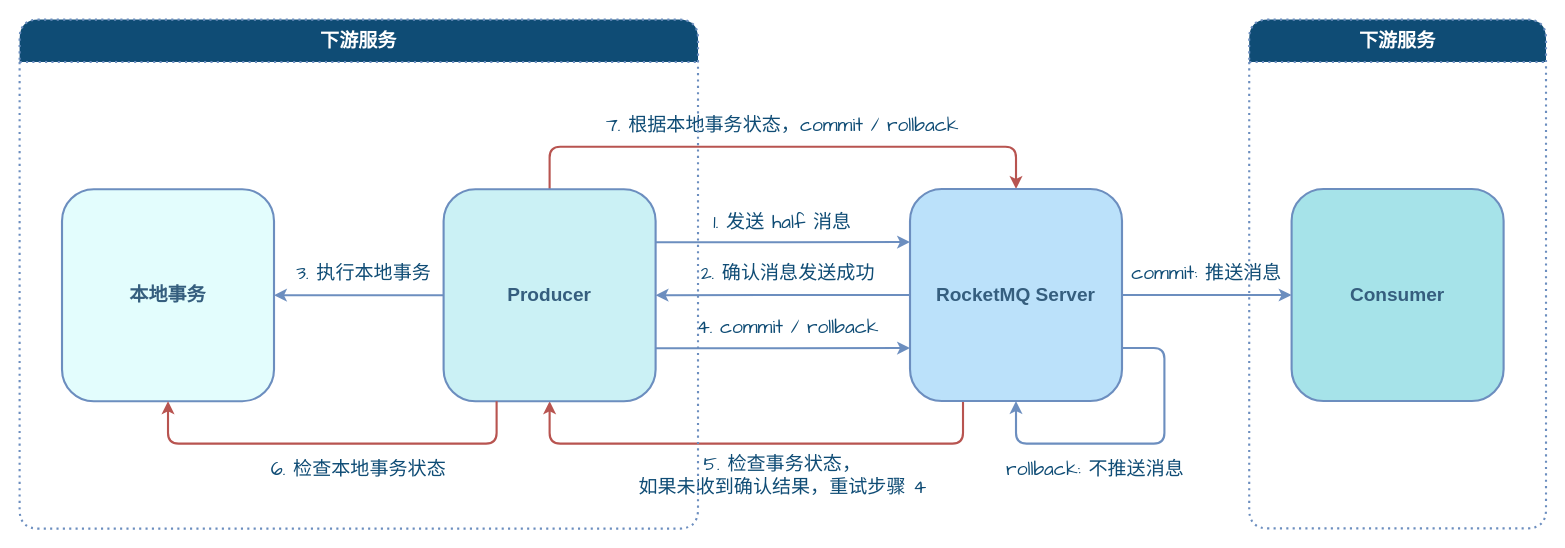
This is page "MQ消息" (12 of 17) of assets/分布式/分布式协同/分布式事务.drawio from dunwu/waterdrop, a draw.io file, before an edit. Source tidied: cells renumbered, new cells numbered last; positions are measured from the earlier drawing's top-left corner, leaving out a move shared by most shapes. Both pictures are drawn from the tidied source at 106%, with x=0, y=0 at pixel (19, 19).
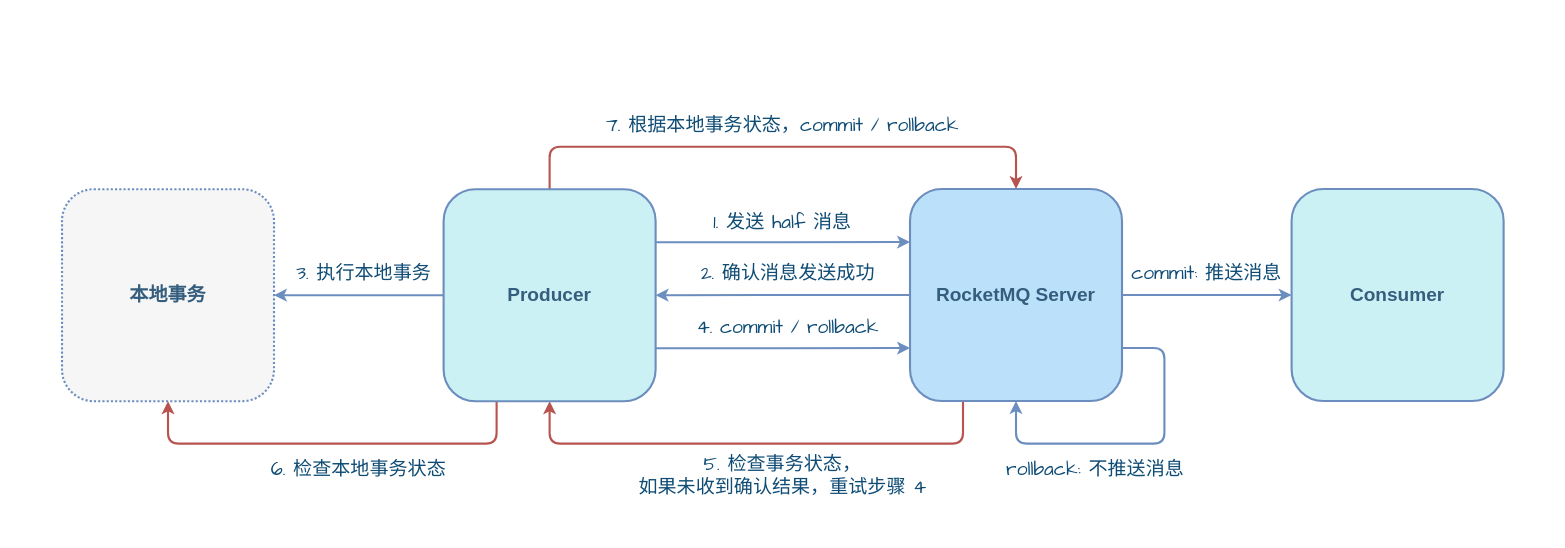
After the change.

What changed in the source:
```diff
@@
-    <mxCell id="17" value="&lt;div style=&quot;border-color: var(--border-color); font-size: 18px;&quot;&gt;下游服务&lt;/div&gt;" style="swimlane;whiteSpace=wrap;html=1;align=center;verticalAlign=middle;fontFamily=Helvetica;fontSize=18;fontColor=#FFFFFF;fillColor=#0F4C75;gradientColor=none;startSize=40;rounded=1;strokeColor=#6C8EBF;fontStyle=1;strokeWidth=2;dashed=1;dashPattern=1 2;" parent="1" vertex="1">
-      <mxGeometry x="1160" width="280" height="480" as="geometry" />
-    </mxCell>
-    <mxCell id="18" value="Consumer" style="rounded=1;whiteSpace=wrap;html=1;strokeColor=#6C8EBF;align=center;verticalAlign=middle;fontFamily=Helvetica;fontSize=18;fillColor=#A6E3E9;fontStyle=1;shadow=0;fontColor=#355E7E;strokeWidth=2;" parent="17" vertex="1">
-      <mxGeometry x="40" y="159.8" width="200" height="200" as="geometry" />
-    </mxCell>
-    <mxCell id="19" value="本地事务" style="rounded=1;whiteSpace=wrap;html=1;strokeColor=#6C8EBF;align=center;verticalAlign=middle;fontFamily=Helvetica;fontSize=18;fillColor=#E3FDFD;fontStyle=1;shadow=0;fontColor=#355E7E;strokeWidth=2;" parent="1" vertex="1">
+    <mxCell id="19" value="本地事务" style="rounded=1;whiteSpace=wrap;html=1;strokeColor=#6C8EBF;align=center;verticalAlign=middle;fontFamily=Helvetica;fontSize=18;fillColor=#F6F6F6;fontStyle=1;shadow=0;fontColor=#355E7E;strokeWidth=2;dashed=1;dashPattern=1 1;" parent="1" vertex="1">
       <mxGeometry x="40" y="160" width="200" height="200" as="geometry" />
     </mxCell>
@@
-    <mxCell id="22" value="&lt;div style=&quot;border-color: var(--border-color); font-size: 18px;&quot;&gt;下游服务&lt;/div&gt;" style="swimlane;whiteSpace=wrap;html=1;align=center;verticalAlign=middle;fontFamily=Helvetica;fontSize=18;fontColor=#FFFFFF;fillColor=#0F4C75;gradientColor=none;startSize=40;rounded=1;strokeColor=#6C8EBF;fontStyle=1;strokeWidth=2;dashed=1;dashPattern=1 2;" parent="1" vertex="1">
-      <mxGeometry width="640" height="480.2" as="geometry" />
-    </mxCell>
-    <mxCell id="23" value="Producer" style="rounded=1;whiteSpace=wrap;html=1;strokeColor=#6C8EBF;align=center;verticalAlign=middle;fontFamily=Helvetica;fontSize=18;fillColor=#CBF1F5;fontStyle=1;shadow=0;fontColor=#355E7E;strokeWidth=2;" parent="22" vertex="1">
-      <mxGeometry x="400" y="160" width="200" height="200" as="geometry" />
-    </mxCell>
@@
+    <mxCell id="23" value="Producer" style="rounded=1;whiteSpace=wrap;html=1;strokeColor=#6C8EBF;align=center;verticalAlign=middle;fontFamily=Helvetica;fontSize=18;fillColor=#CBF1F5;fontStyle=1;shadow=0;fontColor=#355E7E;strokeWidth=2;" parent="1" vertex="1">
+      <mxGeometry x="400" y="160" width="200" height="200" as="geometry" />
+    </mxCell>
+    <mxCell id="18" value="Consumer" style="rounded=1;whiteSpace=wrap;html=1;strokeColor=#6C8EBF;align=center;verticalAlign=middle;fontFamily=Helvetica;fontSize=18;fillColor=#CBF1F5;fontStyle=1;shadow=0;fontColor=#355E7E;strokeWidth=2;" parent="1" vertex="1">
+      <mxGeometry x="1200" y="159.8" width="200" height="200" as="geometry" />
+    </mxCell>
```
